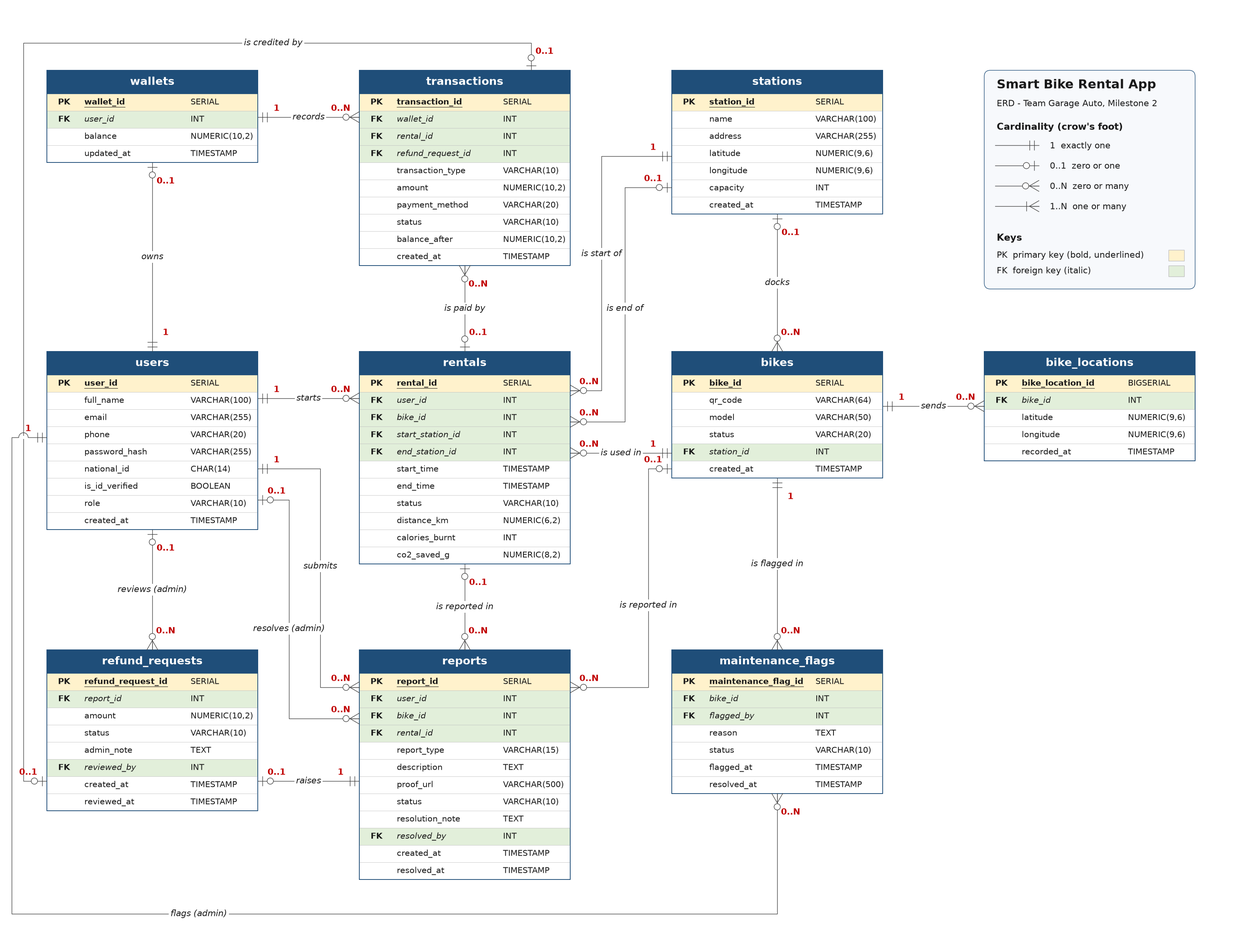
Earlier version of the draw.io export docs/erd.png (itsaymoun/smart-bike-rental-garage-auto). Source tidied: cells renumbered, new cells last; positions are measured from the earlier drawing's top-left corner, leaving out a move shared by most shapes.
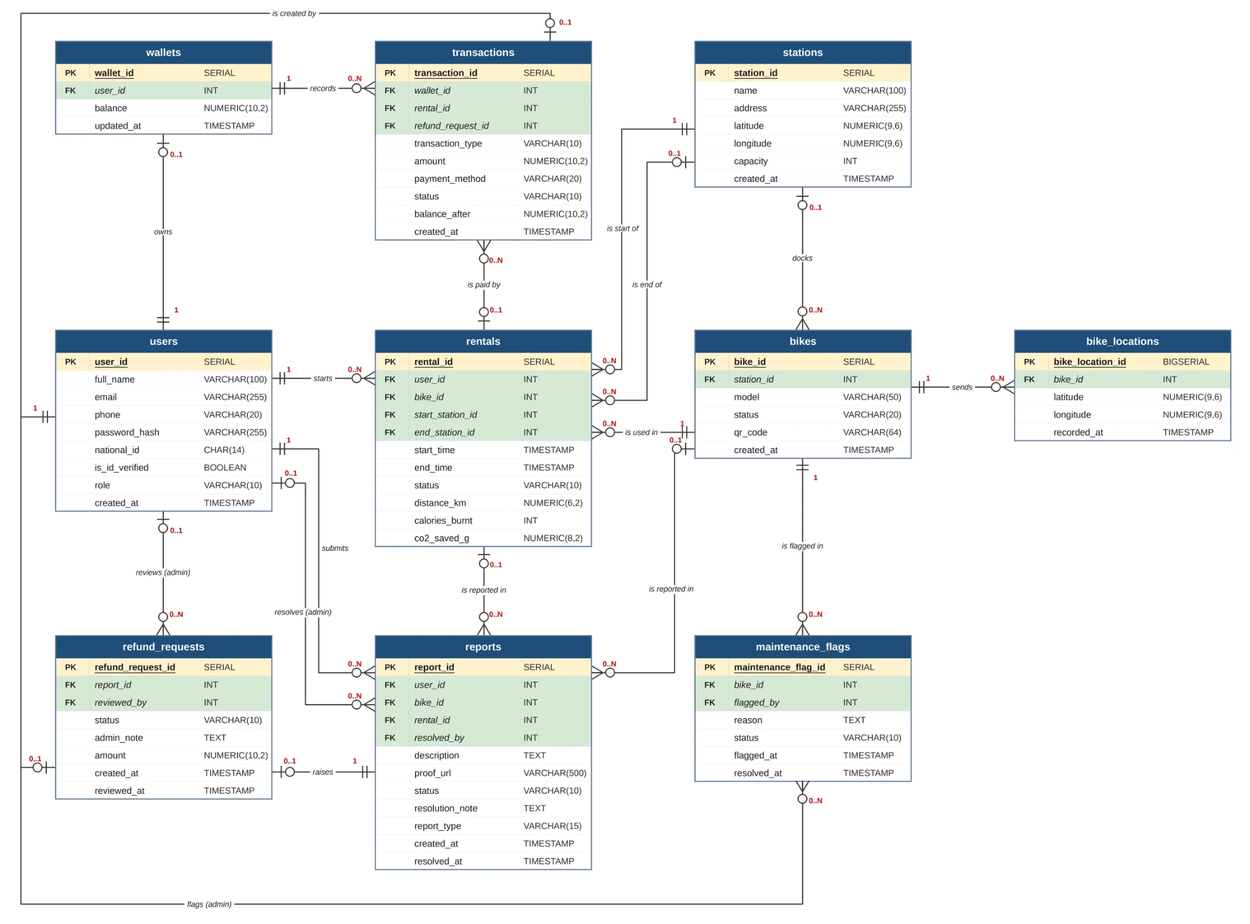
After the commit.

The edit, as a diff of the source:
```diff
@@ -524,16 +524,16 @@
     <mxCell id="175" value="SERIAL" style="text;html=0;strokeColor=none;fillColor=none;align=left;verticalAlign=middle;spacingLeft=4;fontSize=10.5;fontStyle=0;fontColor=#1A1A1A;" parent="171" vertex="1">
       <mxGeometry x="180" y="30" width="90" height="22" as="geometry" />
     </mxCell>
-    <mxCell id="176" style="rounded=0;html=0;fillColor=none;strokeColor=#BFBFBF;" parent="171" vertex="1">
+    <mxCell id="176" style="rounded=0;html=0;fillColor=#E2EFDA;strokeColor=#BFBFBF;" parent="171" vertex="1">
       <mxGeometry y="52" width="270" height="22" as="geometry" />
     </mxCell>
-    <mxCell id="177" style="text;html=0;strokeColor=none;fillColor=none;align=center;verticalAlign=middle;spacingLeft=4;fontSize=10.5;fontStyle=1;fontColor=#1A1A1A;" parent="171" vertex="1">
+    <mxCell id="177" value="FK" style="text;html=0;strokeColor=none;fillColor=none;align=center;verticalAlign=middle;spacingLeft=4;fontSize=10.5;fontStyle=1;fontColor=#1A1A1A;" parent="171" vertex="1">
       <mxGeometry y="52" width="44" height="22" as="geometry" />
     </mxCell>
-    <mxCell id="178" value="qr_code" style="text;html=0;strokeColor=none;fillColor=none;align=left;verticalAlign=middle;spacingLeft=4;fontSize=10.5;fontStyle=0;fontColor=#1A1A1A;" parent="171" vertex="1">
+    <mxCell id="178" value="station_id" style="text;html=0;strokeColor=none;fillColor=none;align=left;verticalAlign=middle;spacingLeft=4;fontSize=10.5;fontStyle=2;fontColor=#1A1A1A;" parent="171" vertex="1">
       <mxGeometry x="44" y="52" width="136" height="22" as="geometry" />
     </mxCell>
-    <mxCell id="179" value="VARCHAR(64)" style="text;html=0;strokeColor=none;fillColor=none;align=left;verticalAlign=middle;spacingLeft=4;fontSize=10.5;fontStyle=0;fontColor=#1A1A1A;" parent="171" vertex="1">
+    <mxCell id="179" value="INT" style="text;html=0;strokeColor=none;fillColor=none;align=left;verticalAlign=middle;spacingLeft=4;fontSize=10.5;fontStyle=0;fontColor=#1A1A1A;" parent="171" vertex="1">
       <mxGeometry x="180" y="52" width="90" height="22" as="geometry" />
     </mxCell>
     <mxCell id="180" style="rounded=0;html=0;fillColor=none;strokeColor=#BFBFBF;" parent="171" vertex="1">
@@ -560,16 +560,16 @@
     <mxCell id="187" value="VARCHAR(20)" style="text;html=0;strokeColor=none;fillColor=none;align=left;verticalAlign=middle;spacingLeft=4;fontSize=10.5;fontStyle=0;fontColor=#1A1A1A;" parent="171" vertex="1">
       <mxGeometry x="180" y="96" width="90" height="22" as="geometry" />
     </mxCell>
-    <mxCell id="188" style="rounded=0;html=0;fillColor=#E2EFDA;strokeColor=#BFBFBF;" parent="171" vertex="1">
+    <mxCell id="188" style="rounded=0;html=0;fillColor=none;strokeColor=#BFBFBF;" parent="171" vertex="1">
       <mxGeometry y="118" width="270" height="22" as="geometry" />
     </mxCell>
-    <mxCell id="189" value="FK" style="text;html=0;strokeColor=none;fillColor=none;align=center;verticalAlign=middle;spacingLeft=4;fontSize=10.5;fontStyle=1;fontColor=#1A1A1A;" parent="171" vertex="1">
+    <mxCell id="189" style="text;html=0;strokeColor=none;fillColor=none;align=center;verticalAlign=middle;spacingLeft=4;fontSize=10.5;fontStyle=1;fontColor=#1A1A1A;" parent="171" vertex="1">
       <mxGeometry y="118" width="44" height="22" as="geometry" />
     </mxCell>
-    <mxCell id="190" value="station_id" style="text;html=0;strokeColor=none;fillColor=none;align=left;verticalAlign=middle;spacingLeft=4;fontSize=10.5;fontStyle=2;fontColor=#1A1A1A;" parent="171" vertex="1">
+    <mxCell id="190" value="qr_code" style="text;html=0;strokeColor=none;fillColor=none;align=left;verticalAlign=middle;spacingLeft=4;fontSize=10.5;fontStyle=0;fontColor=#1A1A1A;" parent="171" vertex="1">
       <mxGeometry x="44" y="118" width="136" height="22" as="geometry" />
     </mxCell>
-    <mxCell id="191" value="INT" style="text;html=0;strokeColor=none;fillColor=none;align=left;verticalAlign=middle;spacingLeft=4;fontSize=10.5;fontStyle=0;fontColor=#1A1A1A;" parent="171" vertex="1">
+    <mxCell id="191" value="VARCHAR(64)" style="text;html=0;strokeColor=none;fillColor=none;align=left;verticalAlign=middle;spacingLeft=4;fontSize=10.5;fontStyle=0;fontColor=#1A1A1A;" parent="171" vertex="1">
       <mxGeometry x="180" y="118" width="90" height="22" as="geometry" />
     </mxCell>
     <mxCell id="192" style="rounded=0;html=0;fillColor=none;strokeColor=#BFBFBF;" parent="171" vertex="1">
@@ -674,16 +674,16 @@
     <mxCell id="225" value="INT" style="text;html=0;strokeColor=none;fillColor=none;align=left;verticalAlign=middle;spacingLeft=4;fontSize=10.5;fontStyle=0;fontColor=#1A1A1A;" parent="217" vertex="1">
       <mxGeometry x="180" y="52" width="90" height="22" as="geometry" />
     </mxCell>
-    <mxCell id="226" style="rounded=0;html=0;fillColor=none;strokeColor=#BFBFBF;" parent="217" vertex="1">
+    <mxCell id="226" style="rounded=0;html=0;fillColor=#E2EFDA;strokeColor=#BFBFBF;" parent="217" vertex="1">
       <mxGeometry y="74" width="270" height="22" as="geometry" />
     </mxCell>
-    <mxCell id="227" style="text;html=0;strokeColor=none;fillColor=none;align=center;verticalAlign=middle;spacingLeft=4;fontSize=10.5;fontStyle=1;fontColor=#1A1A1A;" parent="217" vertex="1">
+    <mxCell id="227" value="FK" style="text;html=0;strokeColor=none;fillColor=none;align=center;verticalAlign=middle;spacingLeft=4;fontSize=10.5;fontStyle=1;fontColor=#1A1A1A;" parent="217" vertex="1">
       <mxGeometry y="74" width="44" height="22" as="geometry" />
     </mxCell>
-    <mxCell id="228" value="amount" style="text;html=0;strokeColor=none;fillColor=none;align=left;verticalAlign=middle;spacingLeft=4;fontSize=10.5;fontStyle=0;fontColor=#1A1A1A;" parent="217" vertex="1">
+    <mxCell id="228" value="reviewed_by" style="text;html=0;strokeColor=none;fillColor=none;align=left;verticalAlign=middle;spacingLeft=4;fontSize=10.5;fontStyle=2;fontColor=#1A1A1A;" parent="217" vertex="1">
       <mxGeometry x="44" y="74" width="136" height="22" as="geometry" />
     </mxCell>
-    <mxCell id="229" value="NUMERIC(10,2)" style="text;html=0;strokeColor=none;fillColor=none;align=left;verticalAlign=middle;spacingLeft=4;fontSize=10.5;fontStyle=0;fontColor=#1A1A1A;" parent="217" vertex="1">
+    <mxCell id="229" value="INT" style="text;html=0;strokeColor=none;fillColor=none;align=left;verticalAlign=middle;spacingLeft=4;fontSize=10.5;fontStyle=0;fontColor=#1A1A1A;" parent="217" vertex="1">
       <mxGeometry x="180" y="74" width="90" height="22" as="geometry" />
     </mxCell>
     <mxCell id="230" style="rounded=0;html=0;fillColor=none;strokeColor=#BFBFBF;" parent="217" vertex="1">
@@ -710,16 +710,16 @@
     <mxCell id="237" value="TEXT" style="text;html=0;strokeColor=none;fillColor=none;align=left;verticalAlign=middle;spacingLeft=4;fontSize=10.5;fontStyle=0;fontColor=#1A1A1A;" parent="217" vertex="1">
       <mxGeometry x="180" y="118" width="90" height="22" as="geometry" />
     </mxCell>
-    <mxCell id="238" style="rounded=0;html=0;fillColor=#E2EFDA;strokeColor=#BFBFBF;" parent="217" vertex="1">
+    <mxCell id="238" style="rounded=0;html=0;fillColor=none;strokeColor=#BFBFBF;" parent="217" vertex="1">
       <mxGeometry y="140" width="270" height="22" as="geometry" />
     </mxCell>
-    <mxCell id="239" value="FK" style="text;html=0;strokeColor=none;fillColor=none;align=center;verticalAlign=middle;spacingLeft=4;fontSize=10.5;fontStyle=1;fontColor=#1A1A1A;" parent="217" vertex="1">
+    <mxCell id="239" style="text;html=0;strokeColor=none;fillColor=none;align=center;verticalAlign=middle;spacingLeft=4;fontSize=10.5;fontStyle=1;fontColor=#1A1A1A;" parent="217" vertex="1">
       <mxGeometry y="140" width="44" height="22" as="geometry" />
     </mxCell>
-    <mxCell id="240" value="reviewed_by" style="text;html=0;strokeColor=none;fillColor=none;align=left;verticalAlign=middle;spacingLeft=4;fontSize=10.5;fontStyle=2;fontColor=#1A1A1A;" parent="217" vertex="1">
+    <mxCell id="240" value="amount" style="text;html=0;strokeColor=none;fillColor=none;align=left;verticalAlign=middle;spacingLeft=4;fontSize=10.5;fontStyle=0;fontColor=#1A1A1A;" parent="217" vertex="1">
       <mxGeometry x="44" y="140" width="136" height="22" as="geometry" />
     </mxCell>
-    <mxCell id="241" value="INT" style="text;html=0;strokeColor=none;fillColor=none;align=left;verticalAlign=middle;spacingLeft=4;fontSize=10.5;fontStyle=0;fontColor=#1A1A1A;" parent="217" vertex="1">
+    <mxCell id="241" value="NUMERIC(10,2)" style="text;html=0;strokeColor=none;fillColor=none;align=left;verticalAlign=middle;spacingLeft=4;fontSize=10.5;fontStyle=0;fontColor=#1A1A1A;" parent="217" vertex="1">
       <mxGeometry x="180" y="140" width="90" height="22" as="geometry" />
     </mxCell>
     <mxCell id="242" style="rounded=0;html=0;fillColor=none;strokeColor=#BFBFBF;" parent="217" vertex="1">
@@ -797,16 +797,16 @@
     <mxCell id="266" value="INT" style="text;html=0;strokeColor=none;fillColor=none;align=left;verticalAlign=middle;spacingLeft=4;fontSize=10.5;fontStyle=0;fontColor=#1A1A1A;" parent="250" vertex="1">
       <mxGeometry x="180" y="96" width="90" height="22" as="geometry" />
     </mxCell>
-    <mxCell id="267" style="rounded=0;html=0;fillColor=none;strokeColor=#BFBFBF;" parent="250" vertex="1">
+    <mxCell id="267" style="rounded=0;html=0;fillColor=#E2EFDA;strokeColor=#BFBFBF;" parent="250" vertex="1">
       <mxGeometry y="118" width="270" height="22" as="geometry" />
     </mxCell>
-    <mxCell id="268" style="text;html=0;strokeColor=none;fillColor=none;align=center;verticalAlign=middle;spacingLeft=4;fontSize=10.5;fontStyle=1;fontColor=#1A1A1A;" parent="250" vertex="1">
+    <mxCell id="268" value="FK" style="text;html=0;strokeColor=none;fillColor=none;align=center;verticalAlign=middle;spacingLeft=4;fontSize=10.5;fontStyle=1;fontColor=#1A1A1A;" parent="250" vertex="1">
       <mxGeometry y="118" width="44" height="22" as="geometry" />
     </mxCell>
-    <mxCell id="269" value="report_type" style="text;html=0;strokeColor=none;fillColor=none;align=left;verticalAlign=middle;spacingLeft=4;fontSize=10.5;fontStyle=0;fontColor=#1A1A1A;" parent="250" vertex="1">
+    <mxCell id="269" value="resolved_by" style="text;html=0;strokeColor=none;fillColor=none;align=left;verticalAlign=middle;spacingLeft=4;fontSize=10.5;fontStyle=2;fontColor=#1A1A1A;" parent="250" vertex="1">
       <mxGeometry x="44" y="118" width="136" height="22" as="geometry" />
     </mxCell>
-    <mxCell id="270" value="VARCHAR(15)" style="text;html=0;strokeColor=none;fillColor=none;align=left;verticalAlign=middle;spacingLeft=4;fontSize=10.5;fontStyle=0;fontColor=#1A1A1A;" parent="250" vertex="1">
+    <mxCell id="270" value="INT" style="text;html=0;strokeColor=none;fillColor=none;align=left;verticalAlign=middle;spacingLeft=4;fontSize=10.5;fontStyle=0;fontColor=#1A1A1A;" parent="250" vertex="1">
       <mxGeometry x="180" y="118" width="90" height="22" as="geometry" />
     </mxCell>
     <mxCell id="271" style="rounded=0;html=0;fillColor=none;strokeColor=#BFBFBF;" parent="250" vertex="1">
@@ -857,16 +857,16 @@
     <mxCell id="286" value="TEXT" style="text;html=0;strokeColor=none;fillColor=none;align=left;verticalAlign=middle;spacingLeft=4;fontSize=10.5;fontStyle=0;fontColor=#1A1A1A;" parent="250" vertex="1">
       <mxGeometry x="180" y="206" width="90" height="22" as="geometry" />
     </mxCell>
-    <mxCell id="287" style="rounded=0;html=0;fillColor=#E2EFDA;strokeColor=#BFBFBF;" parent="250" vertex="1">
+    <mxCell id="287" style="rounded=0;html=0;fillColor=none;strokeColor=#BFBFBF;" parent="250" vertex="1">
       <mxGeometry y="228" width="270" height="22" as="geometry" />
     </mxCell>
-    <mxCell id="288" value="FK" style="text;html=0;strokeColor=none;fillColor=none;align=center;verticalAlign=middle;spacingLeft=4;fontSize=10.5;fontStyle=1;fontColor=#1A1A1A;" parent="250" vertex="1">
+    <mxCell id="288" style="text;html=0;strokeColor=none;fillColor=none;align=center;verticalAlign=middle;spacingLeft=4;fontSize=10.5;fontStyle=1;fontColor=#1A1A1A;" parent="250" vertex="1">
       <mxGeometry y="228" width="44" height="22" as="geometry" />
     </mxCell>
-    <mxCell id="289" value="resolved_by" style="text;html=0;strokeColor=none;fillColor=none;align=left;verticalAlign=middle;spacingLeft=4;fontSize=10.5;fontStyle=2;fontColor=#1A1A1A;" parent="250" vertex="1">
+    <mxCell id="289" value="report_type" style="text;html=0;strokeColor=none;fillColor=none;align=left;verticalAlign=middle;spacingLeft=4;fontSize=10.5;fontStyle=0;fontColor=#1A1A1A;" parent="250" vertex="1">
       <mxGeometry x="44" y="228" width="136" height="22" as="geometry" />
     </mxCell>
-    <mxCell id="290" value="INT" style="text;html=0;strokeColor=none;fillColor=none;align=left;verticalAlign=middle;spacingLeft=4;fontSize=10.5;fontStyle=0;fontColor=#1A1A1A;" parent="250" vertex="1">
+    <mxCell id="290" value="VARCHAR(15)" style="text;html=0;strokeColor=none;fillColor=none;align=left;verticalAlign=middle;spacingLeft=4;fontSize=10.5;fontStyle=0;fontColor=#1A1A1A;" parent="250" vertex="1">
       <mxGeometry x="180" y="228" width="90" height="22" as="geometry" />
     </mxCell>
     <mxCell id="291" style="rounded=0;html=0;fillColor=none;strokeColor=#BFBFBF;" parent="250" vertex="1">
@@ -1071,7 +1071,7 @@
     <mxCell id="354" value="0..N" style="text;html=0;align=center;verticalAlign=middle;fontSize=11;fontStyle=1;fontColor=#C00000;strokeColor=none;fillColor=none;" parent="1" vertex="1">
       <mxGeometry x="579" y="301" width="36" height="16" as="geometry" />
     </mxCell>
-    <mxCell id="355" value="is credited by" style="edgeStyle=orthogonalEdgeStyle;rounded=0;html=0;startArrow=ERzeroToOne;endArrow=ERzeroToOne;startFill=0;endFill=0;startSize=12;endSize=12;exitX=0.0000;exitY=0.8155;exitDx=0;exitDy=0;entryX=0.8148;entryY=0.0000;entryDx=0;entryDy=0;jumpStyle=arc;jumpSize=10;fontSize=11;fontStyle=2;labelBackgroundColor=#FFFFFF;strokeColor=#404040;" parent="1" edge="1" source="217" target="19">
+    <mxCell id="355" value="is created by" style="edgeStyle=orthogonalEdgeStyle;rounded=0;html=0;startArrow=ERzeroToOne;endArrow=ERzeroToOne;startFill=0;endFill=0;startSize=12;endSize=12;exitX=0.0000;exitY=0.8155;exitDx=0;exitDy=0;entryX=0.8148;entryY=0.0000;entryDx=0;entryDy=0;jumpStyle=arc;jumpSize=10;fontSize=11;fontStyle=2;labelBackgroundColor=#FFFFFF;strokeColor=#404040;" parent="1" edge="1" source="217" target="19">
       <mxGeometry x="0.56" relative="1" as="geometry">
         <Array as="points">
           <mxPoint x="15" y="945" />
@@ -1179,68 +1179,5 @@
     <mxCell id="381" value="0..N" style="text;html=0;align=center;verticalAlign=middle;fontSize=11;fontStyle=1;fontColor=#C00000;strokeColor=none;fillColor=none;" parent="1" vertex="1">
       <mxGeometry x="979" y="977" width="36" height="16" as="geometry" />
     </mxCell>
-    <mxCell id="382" style="rounded=1;arcSize=4;html=0;fillColor=#F7F9FC;strokeColor=#1F4E79;" parent="1" vertex="1">
-      <mxGeometry x="1245" y="35" width="270" height="280" as="geometry" />
-    </mxCell>
-    <mxCell id="383" style="endArrow=ERmandOne;endFill=0;endSize=12;html=0;strokeColor=#404040;" parent="1" edge="1">
-      <mxGeometry relative="1" as="geometry">
-        <mxPoint x="1259" y="131" as="sourcePoint" />
-        <mxPoint x="1315" y="131" as="targetPoint" />
-      </mxGeometry>
-    </mxCell>
-    <mxCell id="384" style="endArrow=ERzeroToOne;endFill=0;endSize=12;html=0;strokeColor=#404040;" parent="1" edge="1">
-      <mxGeometry relative="1" as="geometry">
-        <mxPoint x="1259" y="157" as="sourcePoint" />
-        <mxPoint x="1315" y="157" as="targetPoint" />
-      </mxGeometry>
-    </mxCell>
-    <mxCell id="385" style="endArrow=ERzeroToMany;endFill=0;endSize=12;html=0;strokeColor=#404040;" parent="1" edge="1">
-      <mxGeometry relative="1" as="geometry">
-        <mxPoint x="1259" y="183" as="sourcePoint" />
-        <mxPoint x="1315" y="183" as="targetPoint" />
-      </mxGeometry>
-    </mxCell>
-    <mxCell id="386" style="endArrow=ERoneToMany;endFill=0;endSize=12;html=0;strokeColor=#404040;" parent="1" edge="1">
-      <mxGeometry relative="1" as="geometry">
-        <mxPoint x="1259" y="209" as="sourcePoint" />
-        <mxPoint x="1315" y="209" as="targetPoint" />
-      </mxGeometry>
-    </mxCell>
-    <mxCell id="387" value="Smart Bike Rental App" style="text;html=0;align=left;verticalAlign=middle;fontSize=16;fontStyle=1;strokeColor=none;fillColor=none;fontColor=#1A1A1A;" parent="1" vertex="1">
-      <mxGeometry x="1257" y="45" width="250" height="18" as="geometry" />
-    </mxCell>
-    <mxCell id="388" value="ERD - Team Garage Auto, Milestone 2" style="text;html=0;align=left;verticalAlign=middle;fontSize=11;fontStyle=0;strokeColor=none;fillColor=none;fontColor=#1A1A1A;" parent="1" vertex="1">
-      <mxGeometry x="1257" y="69" width="250" height="18" as="geometry" />
-    </mxCell>
-    <mxCell id="389" value="Cardinality (crow's foot)" style="text;html=0;align=left;verticalAlign=middle;fontSize=12;fontStyle=1;strokeColor=none;fillColor=none;fontColor=#1A1A1A;" parent="1" vertex="1">
-      <mxGeometry x="1257" y="99" width="250" height="18" as="geometry" />
-    </mxCell>
-    <mxCell id="390" value="1  exactly one" style="text;html=0;align=left;verticalAlign=middle;fontSize=11;fontStyle=0;strokeColor=none;fillColor=none;fontColor=#1A1A1A;" parent="1" vertex="1">
-      <mxGeometry x="1325" y="123" width="250" height="18" as="geometry" />
-    </mxCell>
-    <mxCell id="391" value="0..1  zero or one" style="text;html=0;align=left;verticalAlign=middle;fontSize=11;fontStyle=0;strokeColor=none;fillColor=none;fontColor=#1A1A1A;" parent="1" vertex="1">
-      <mxGeometry x="1325" y="149" width="250" height="18" as="geometry" />
-    </mxCell>
-    <mxCell id="392" value="0..N  zero or many" style="text;html=0;align=left;verticalAlign=middle;fontSize=11;fontStyle=0;strokeColor=none;fillColor=none;fontColor=#1A1A1A;" parent="1" vertex="1">
-      <mxGeometry x="1325" y="175" width="250" height="18" as="geometry" />
-    </mxCell>
-    <mxCell id="393" value="1..N  one or many" style="text;html=0;align=left;verticalAlign=middle;fontSize=11;fontStyle=0;strokeColor=none;fillColor=none;fontColor=#1A1A1A;" parent="1" vertex="1">
-      <mxGeometry x="1325" y="201" width="250" height="18" as="geometry" />
-    </mxCell>
-    <mxCell id="394" value="Keys" style="text;html=0;align=left;verticalAlign=middle;fontSize=12;fontStyle=1;strokeColor=none;fillColor=none;fontColor=#1A1A1A;" parent="1" vertex="1">
-      <mxGeometry x="1257" y="241" width="250" height="18" as="geometry" />
-    </mxCell>
-    <mxCell id="395" value="PK  primary key (bold, underlined)" style="text;html=0;align=left;verticalAlign=middle;fontSize=11;fontStyle=0;strokeColor=none;fillColor=none;fontColor=#1A1A1A;" parent="1" vertex="1">
-      <mxGeometry x="1257" y="263" width="250" height="18" as="geometry" />
-    </mxCell>
-    <mxCell id="396" value="FK  foreign key (italic)" style="text;html=0;align=left;verticalAlign=middle;fontSize=11;fontStyle=0;strokeColor=none;fillColor=none;fontColor=#1A1A1A;" parent="1" vertex="1">
-      <mxGeometry x="1257" y="283" width="250" height="18" as="geometry" />
-    </mxCell>
-    <mxCell id="397" style="rounded=0;fillColor=#FFF2CC;strokeColor=#BFBFBF;" parent="1" vertex="1">
-      <mxGeometry x="1481" y="265" width="20" height="14" as="geometry" />
-    </mxCell>
-    <mxCell id="398" style="rounded=0;fillColor=#E2EFDA;strokeColor=#BFBFBF;" parent="1" vertex="1">
-      <mxGeometry x="1481" y="285" width="20" height="14" as="geometry" />
-    </mxCell>
   </root>
 </mxGraphModel>
```
